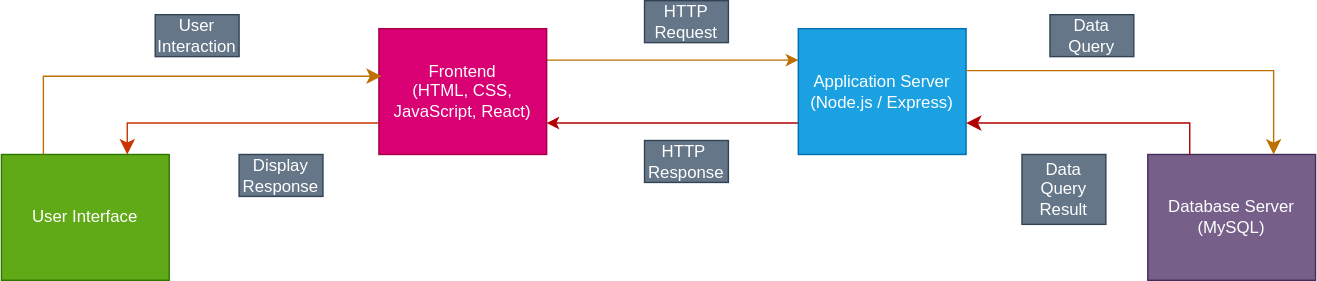
The draw.io diagram proposal/submission/sec01/Systema/blockdiagram.svg in drshahizan/software-engineering, before a commit. Source tidied: cells renumbered, new cells last; positions are measured from the earlier drawing's top-left corner, leaving out a move shared by most shapes. Its diagram source:
```xml
<mxGraphModel>
  <root>
    <mxCell id="0" />
    <mxCell id="1" parent="0" />
    <mxCell id="2" value="User Interface" style="rounded=0;whiteSpace=wrap;html=1;fillColor=#60a917;fontColor=#ffffff;strokeColor=#2D7600;" parent="1" vertex="1">
      <mxGeometry y="110" width="120" height="90" as="geometry" />
    </mxCell>
    <mxCell id="3" style="edgeStyle=none;html=1;exitX=1;exitY=0.25;exitDx=0;exitDy=0;entryX=0;entryY=0.25;entryDx=0;entryDy=0;fillColor=#f0a30a;strokeColor=#BD7000;" parent="1" edge="1" source="4" target="6">
      <mxGeometry relative="1" as="geometry" />
    </mxCell>
    <mxCell id="4" value="Frontend&lt;br&gt;(HTML, CSS, JavaScript, React)" style="rounded=0;whiteSpace=wrap;html=1;fillColor=#d80073;strokeColor=#A50040;fontColor=#ffffff;" parent="1" vertex="1">
      <mxGeometry x="270" y="20" width="120" height="90" as="geometry" />
    </mxCell>
    <mxCell id="5" style="edgeStyle=none;html=1;exitX=0;exitY=0.75;exitDx=0;exitDy=0;entryX=1;entryY=0.75;entryDx=0;entryDy=0;fillColor=#e51400;strokeColor=#B20000;" parent="1" edge="1" source="6" target="4">
      <mxGeometry relative="1" as="geometry" />
    </mxCell>
    <mxCell id="6" value="Application Server (Node.js / Express)" style="rounded=0;whiteSpace=wrap;html=1;fillColor=#1ba1e2;fontColor=#ffffff;strokeColor=#006EAF;" parent="1" vertex="1">
      <mxGeometry x="570" y="20" width="120" height="90" as="geometry" />
    </mxCell>
    <mxCell id="7" value="Database Server&lt;br&gt;(MySQL)" style="rounded=0;whiteSpace=wrap;html=1;fillColor=#76608a;fontColor=#ffffff;strokeColor=#432D57;" parent="1" vertex="1">
      <mxGeometry x="820" y="110" width="120" height="90" as="geometry" />
    </mxCell>
    <mxCell id="8" value="HTTP Request" style="text;html=1;strokeColor=#314354;fillColor=#647687;align=center;verticalAlign=middle;whiteSpace=wrap;rounded=0;fontColor=#ffffff;" parent="1" vertex="1">
      <mxGeometry x="460" width="60" height="30" as="geometry" />
    </mxCell>
    <mxCell id="9" value="HTTP&amp;nbsp;&lt;br&gt;Response" style="text;html=1;strokeColor=#314354;fillColor=#647687;align=center;verticalAlign=middle;whiteSpace=wrap;rounded=0;fontColor=#ffffff;" parent="1" vertex="1">
      <mxGeometry x="460" y="100" width="60" height="30" as="geometry" />
    </mxCell>
    <mxCell id="10" style="edgeStyle=segmentEdgeStyle;endArrow=classic;html=1;curved=0;rounded=0;endSize=8;startSize=8;entryX=0.75;entryY=0;entryDx=0;entryDy=0;fillColor=#f0a30a;strokeColor=#BD7000;" parent="1" edge="1" target="7">
      <mxGeometry relative="1" as="geometry">
        <mxPoint x="690" y="50" as="sourcePoint" />
        <Array as="points">
          <mxPoint x="690" y="50" />
          <mxPoint x="910" y="50" />
        </Array>
      </mxGeometry>
    </mxCell>
    <mxCell id="11" value="Data Query" style="text;html=1;strokeColor=#314354;fillColor=#647687;align=center;verticalAlign=middle;whiteSpace=wrap;rounded=0;fontColor=#ffffff;" parent="1" vertex="1">
      <mxGeometry x="750" y="10" width="60" height="30" as="geometry" />
    </mxCell>
    <mxCell id="12" style="edgeStyle=segmentEdgeStyle;endArrow=classic;html=1;curved=0;rounded=0;endSize=8;startSize=8;exitX=0.25;exitY=0;exitDx=0;exitDy=0;entryX=1;entryY=0.75;entryDx=0;entryDy=0;fillColor=#e51400;strokeColor=#B20000;" parent="1" edge="1" source="7" target="6">
      <mxGeometry relative="1" as="geometry">
        <Array as="points">
          <mxPoint x="850" y="88" />
        </Array>
      </mxGeometry>
    </mxCell>
    <mxCell id="13" value="Data Query Result" style="text;html=1;strokeColor=#314354;fillColor=#647687;align=center;verticalAlign=middle;whiteSpace=wrap;rounded=0;fontColor=#ffffff;" parent="1" vertex="1">
      <mxGeometry x="730" y="110" width="60" height="50" as="geometry" />
    </mxCell>
    <mxCell id="14" style="edgeStyle=segmentEdgeStyle;endArrow=classic;html=1;curved=0;rounded=0;endSize=8;startSize=8;exitX=0.25;exitY=0;exitDx=0;exitDy=0;entryX=0.017;entryY=0.378;entryDx=0;entryDy=0;entryPerimeter=0;fillColor=#f0a30a;strokeColor=#BD7000;" parent="1" edge="1" source="2" target="4">
      <mxGeometry relative="1" as="geometry">
        <Array as="points">
          <mxPoint x="30" y="54" />
        </Array>
      </mxGeometry>
    </mxCell>
    <mxCell id="15" style="edgeStyle=segmentEdgeStyle;endArrow=classic;html=1;curved=0;rounded=0;endSize=8;startSize=8;exitX=0;exitY=0.75;exitDx=0;exitDy=0;entryX=0.75;entryY=0;entryDx=0;entryDy=0;fillColor=#fa6800;strokeColor=#C73500;" parent="1" edge="1" source="4" target="2">
      <mxGeometry relative="1" as="geometry">
        <Array as="points">
          <mxPoint x="90" y="88" />
        </Array>
      </mxGeometry>
    </mxCell>
    <mxCell id="16" value="User Interaction" style="text;html=1;strokeColor=#314354;fillColor=#647687;align=center;verticalAlign=middle;whiteSpace=wrap;rounded=0;fontColor=#ffffff;" parent="1" vertex="1">
      <mxGeometry x="110" y="10" width="60" height="30" as="geometry" />
    </mxCell>
    <mxCell id="17" value="Display Response" style="text;html=1;strokeColor=#314354;fillColor=#647687;align=center;verticalAlign=middle;whiteSpace=wrap;rounded=0;fontColor=#ffffff;" parent="1" vertex="1">
      <mxGeometry x="170" y="110" width="60" height="30" as="geometry" />
    </mxCell>
  </root>
</mxGraphModel>
```
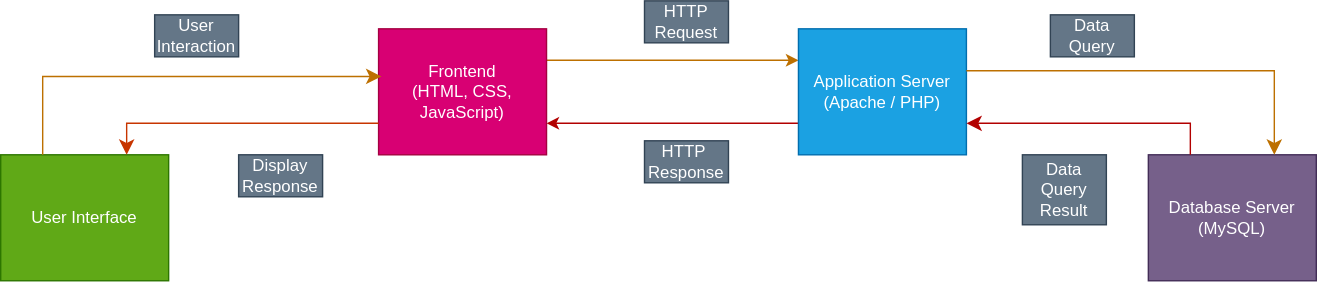
Above is the later version.

Change to the diagram source:
```diff
@@ -1,4 +1,4 @@
-<mxGraphModel>
+<mxGraphModel background="#ffffff">
   <root>
     <mxCell id="0" />
     <mxCell id="1" parent="0" />
@@ -8,13 +8,13 @@
     <mxCell id="3" style="edgeStyle=none;html=1;exitX=1;exitY=0.25;exitDx=0;exitDy=0;entryX=0;entryY=0.25;entryDx=0;entryDy=0;fillColor=#f0a30a;strokeColor=#BD7000;" parent="1" edge="1" source="4" target="6">
       <mxGeometry relative="1" as="geometry" />
     </mxCell>
-    <mxCell id="4" value="Frontend&lt;br&gt;(HTML, CSS, JavaScript, React)" style="rounded=0;whiteSpace=wrap;html=1;fillColor=#d80073;strokeColor=#A50040;fontColor=#ffffff;" parent="1" vertex="1">
+    <mxCell id="4" value="Frontend&lt;br&gt;(HTML, CSS, JavaScript)" style="rounded=0;whiteSpace=wrap;html=1;fillColor=#d80073;strokeColor=#A50040;fontColor=#ffffff;" parent="1" vertex="1">
       <mxGeometry x="270" y="20" width="120" height="90" as="geometry" />
     </mxCell>
     <mxCell id="5" style="edgeStyle=none;html=1;exitX=0;exitY=0.75;exitDx=0;exitDy=0;entryX=1;entryY=0.75;entryDx=0;entryDy=0;fillColor=#e51400;strokeColor=#B20000;" parent="1" edge="1" source="6" target="4">
       <mxGeometry relative="1" as="geometry" />
     </mxCell>
-    <mxCell id="6" value="Application Server (Node.js / Express)" style="rounded=0;whiteSpace=wrap;html=1;fillColor=#1ba1e2;fontColor=#ffffff;strokeColor=#006EAF;" parent="1" vertex="1">
+    <mxCell id="6" value="Application Server (Apache / PHP)" style="rounded=0;whiteSpace=wrap;html=1;fillColor=#1ba1e2;fontColor=#ffffff;strokeColor=#006EAF;" parent="1" vertex="1">
       <mxGeometry x="570" y="20" width="120" height="90" as="geometry" />
     </mxCell>
     <mxCell id="7" value="Database Server&lt;br&gt;(MySQL)" style="rounded=0;whiteSpace=wrap;html=1;fillColor=#76608a;fontColor=#ffffff;strokeColor=#432D57;" parent="1" vertex="1">
```
